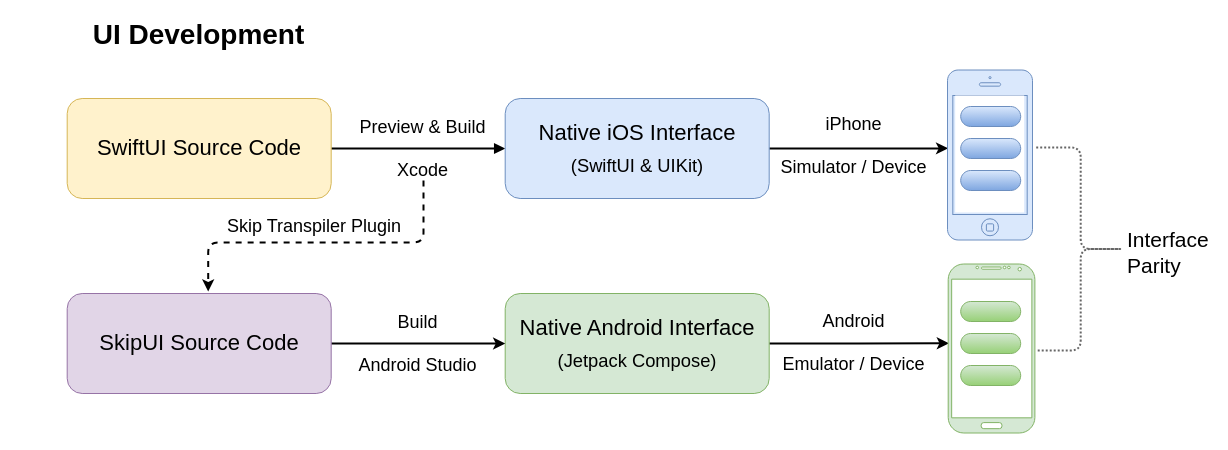
Above: page "ui" (3 of 7) of diagrams/skip-diagrams.drawio in skiptools/assets.skip.tools (draw.io), before the change. Source tidied: cells renumbered, new cells numbered last; positions are measured from the earlier drawing's top-left corner, leaving out a move shared by most shapes. Both pictures are drawn from the tidied source at 100%, with x=0, y=0 at pixel (17, 19).
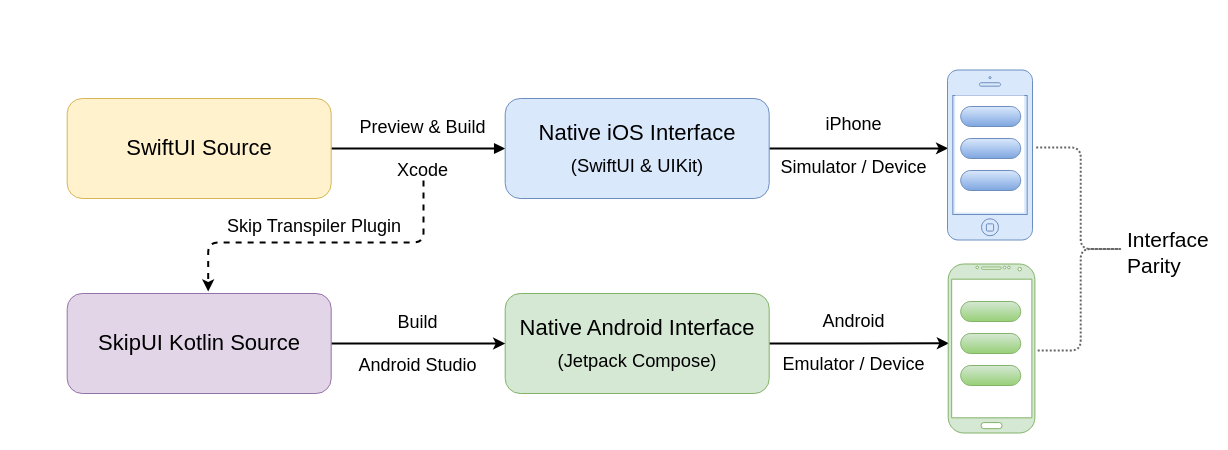
Above is the later version.

What changed in the source:
```diff
@@
-    <mxCell id="7" value="SwiftUI Source Code" style="rounded=1;whiteSpace=wrap;html=1;fontSize=22;fillColor=#fff2cc;strokeColor=#d6b656;fillStyle=auto;" parent="1" vertex="1">
+    <mxCell id="7" value="SwiftUI Source" style="rounded=1;whiteSpace=wrap;html=1;fontSize=22;fillColor=#fff2cc;strokeColor=#d6b656;fillStyle=auto;" parent="1" vertex="1">
       <mxGeometry x="49.7" y="79" width="264" height="100" as="geometry" />
     </mxCell>
@@
-    <mxCell id="16" value="SkipUI Source Code" style="rounded=1;whiteSpace=wrap;html=1;fontSize=22;fillColor=#e1d5e7;strokeColor=#9673a6;fillStyle=auto;" parent="1" vertex="1">
+    <mxCell id="16" value="SkipUI Kotlin Source" style="rounded=1;whiteSpace=wrap;html=1;fontSize=22;fillColor=#e1d5e7;strokeColor=#9673a6;fillStyle=auto;" parent="1" vertex="1">
       <mxGeometry x="49.7" y="274" width="264" height="100" as="geometry" />
     </mxCell>
-    <mxCell id="17" value="UI Development" style="text;strokeColor=none;align=center;fillColor=none;html=1;verticalAlign=middle;whiteSpace=wrap;rounded=0;fontSize=28;fontStyle=1;" parent="1" vertex="1">
-      <mxGeometry width="363.4" height="30" as="geometry" />
-    </mxCell>
```
